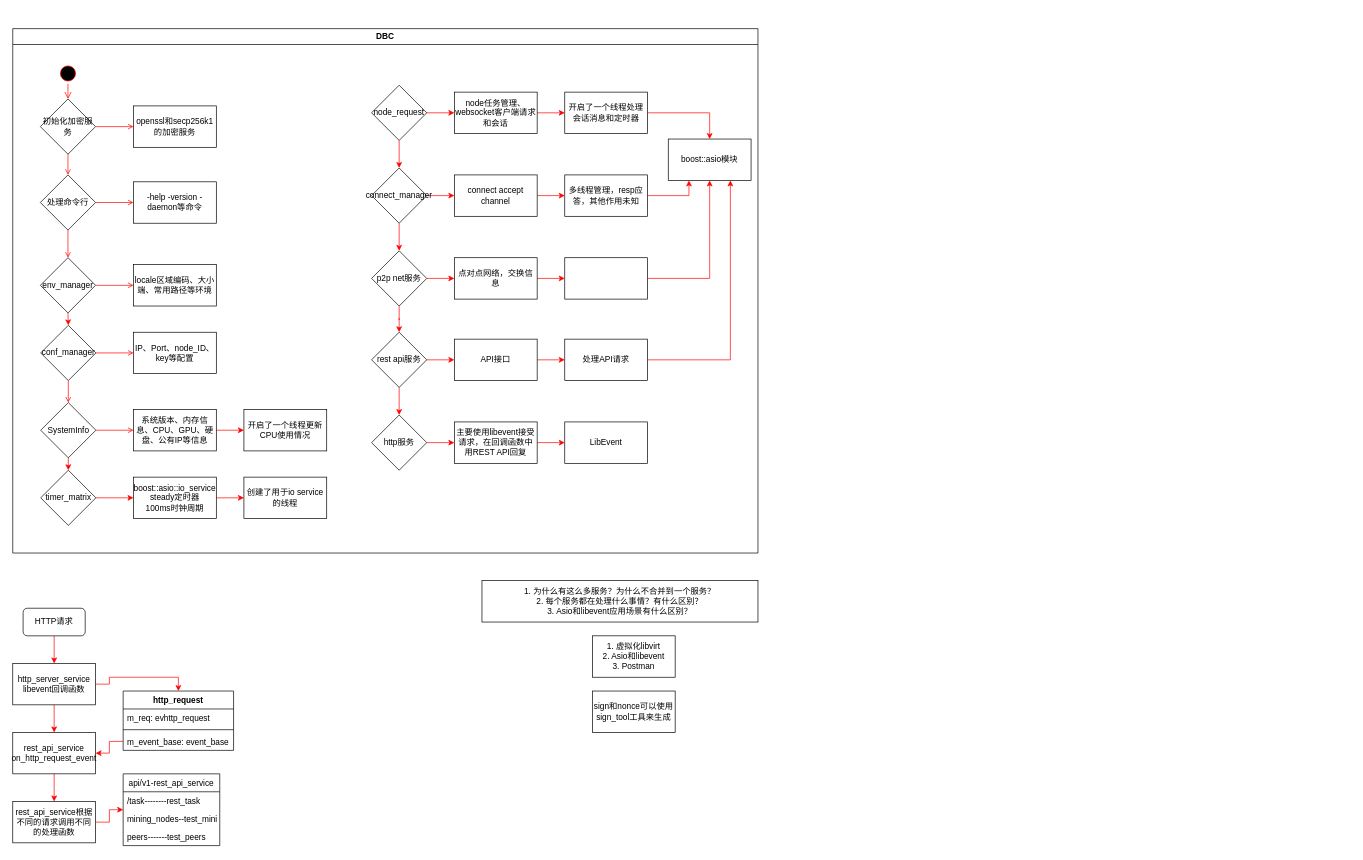
Jerry-se/UML keeps this draw.io diagram as Untitled Diagram.drawio. Above is the earlier version. Source tidied: cells renumbered, new cells numbered last; positions are measured from the earlier drawing's top-left corner, leaving out a move shared by most shapes. Both pictures are drawn from the tidied source at 69%, with x=0, y=0 at pixel (12, 28).
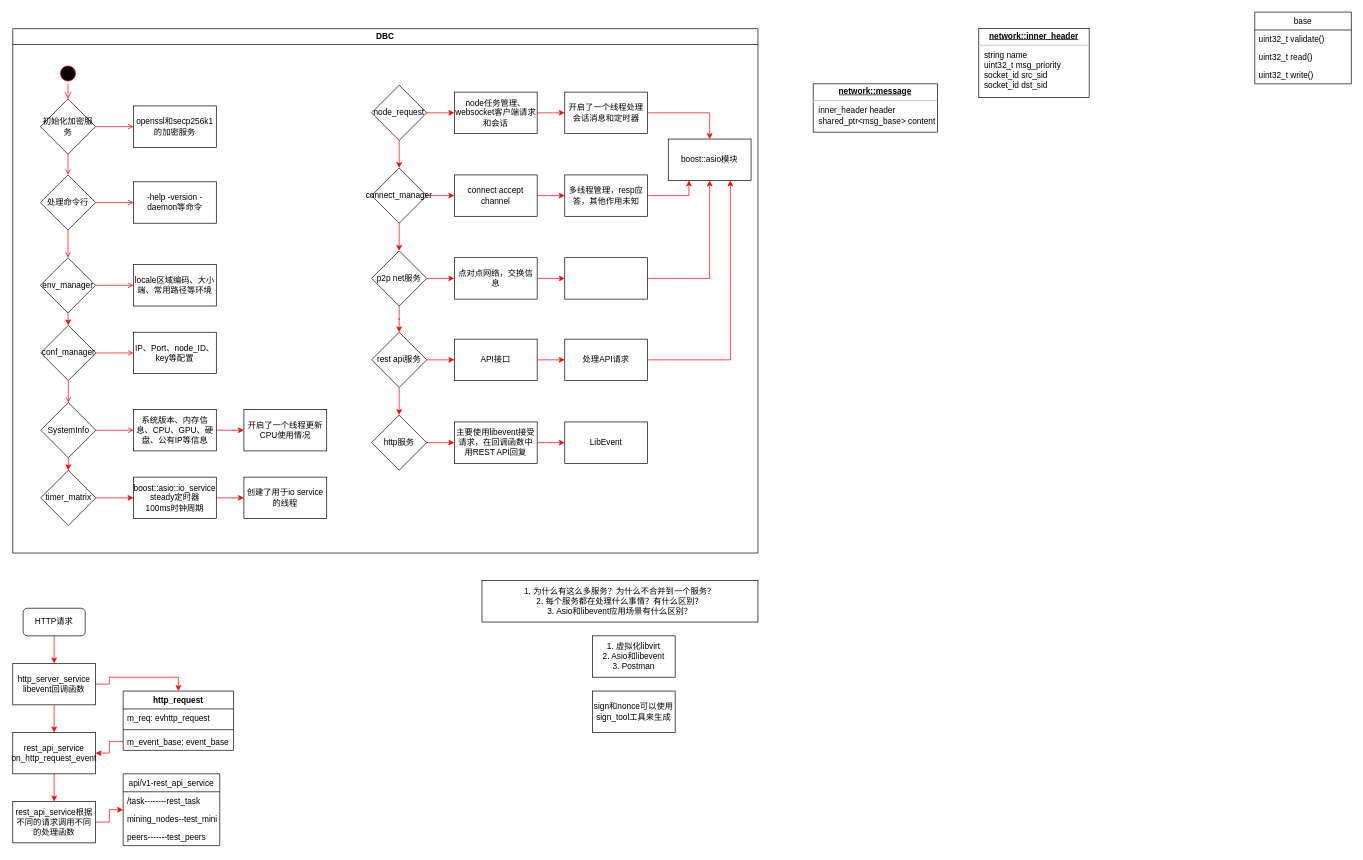
The same diagram, later.

Diff of the diagram source:
```diff
@@
+    <mxCell id="87" value="&lt;p style=&quot;margin: 0px ; margin-top: 4px ; text-align: center ; text-decoration: underline&quot;&gt;&lt;b&gt;network::message&lt;/b&gt;&lt;/p&gt;&lt;hr&gt;&lt;p style=&quot;margin: 0px ; margin-left: 8px&quot;&gt;inner_header header&lt;br&gt;shared_ptr&amp;lt;msg_base&amp;gt; content&lt;br&gt;&lt;/p&gt;" style="verticalAlign=top;align=left;overflow=fill;fontSize=12;fontFamily=Helvetica;html=1;" parent="1" vertex="1">
+      <mxGeometry x="1160" y="80" width="180" height="70" as="geometry" />
+    </mxCell>
+    <mxCell id="88" value="&lt;p style=&quot;margin: 0px ; margin-top: 4px ; text-align: center ; text-decoration: underline&quot;&gt;&lt;b&gt;network::inner_header&lt;/b&gt;&lt;/p&gt;&lt;hr&gt;&lt;p style=&quot;margin: 0px ; margin-left: 8px&quot;&gt;string name&lt;br&gt;uint32_t msg_priority&lt;br&gt;socket_id src_sid&lt;/p&gt;&lt;p style=&quot;margin: 0px ; margin-left: 8px&quot;&gt;socket_id dst_sid&lt;/p&gt;" style="verticalAlign=top;align=left;overflow=fill;fontSize=12;fontFamily=Helvetica;html=1;" parent="1" vertex="1">
+      <mxGeometry x="1400" width="160" height="100" as="geometry" />
+    </mxCell>
+    <mxCell id="89" value="base" style="swimlane;fontStyle=0;horizontal=1;startSize=26;fillColor=none;" parent="1" vertex="1">
+      <mxGeometry x="1800" y="-24" width="140" height="104" as="geometry" />
+    </mxCell>
+    <mxCell id="90" value="uint32_t validate()" style="text;strokeColor=none;fillColor=none;align=left;verticalAlign=top;spacingLeft=4;spacingRight=4;overflow=hidden;" parent="89" vertex="1">
+      <mxGeometry y="26" width="140" height="26" as="geometry" />
+    </mxCell>
+    <mxCell id="91" value="uint32_t read()" style="text;strokeColor=none;fillColor=none;align=left;verticalAlign=top;spacingLeft=4;spacingRight=4;overflow=hidden;" parent="89" vertex="1">
+      <mxGeometry y="52" width="140" height="26" as="geometry" />
+    </mxCell>
+    <mxCell id="92" value="uint32_t write()" style="text;strokeColor=none;fillColor=none;align=left;verticalAlign=top;spacingLeft=4;spacingRight=4;overflow=hidden;" parent="89" vertex="1">
+      <mxGeometry y="78" width="140" height="26" as="geometry" />
+    </mxCell>
```
